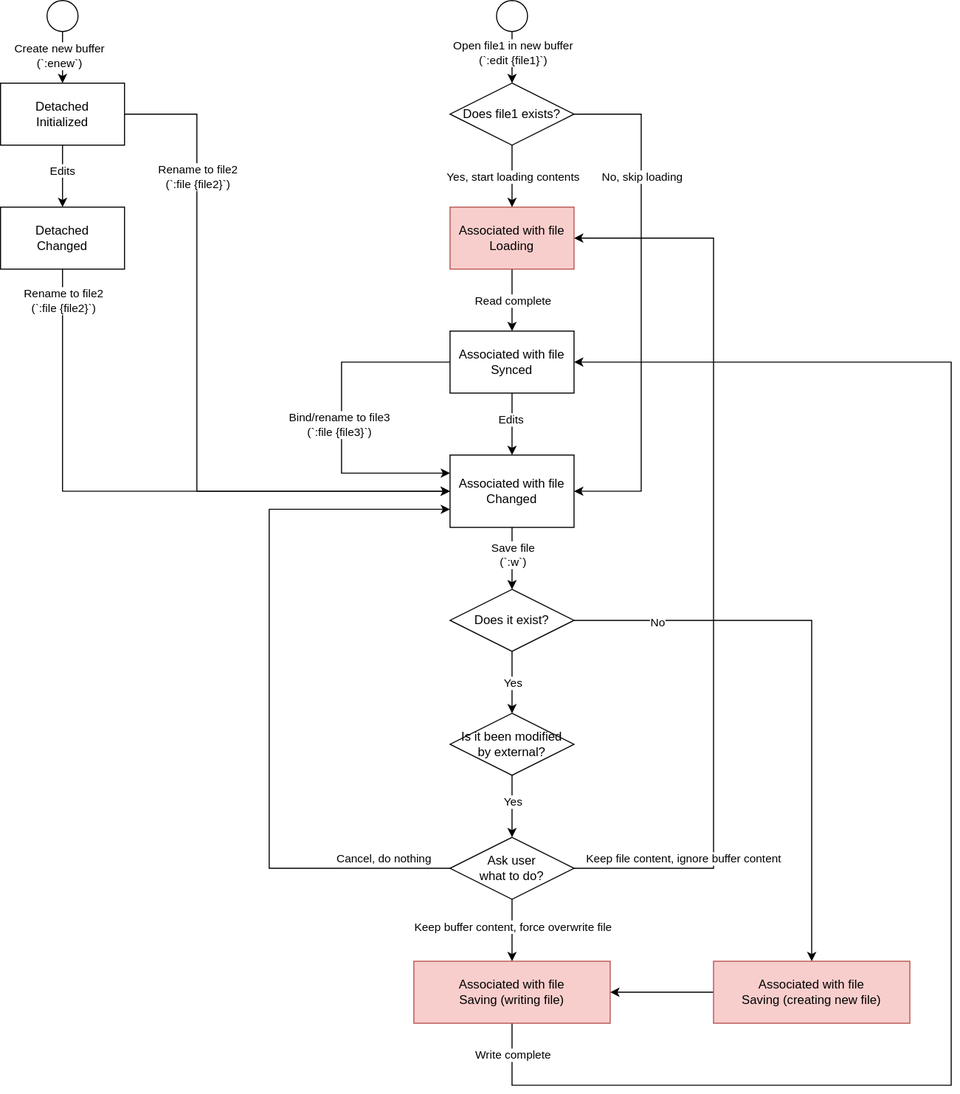
This is images/4-WindowsAndBuffers-1-FileBuffer.1.drawio.svg from rsvim/rfc, a draw.io export, as it was before one commit. Source tidied: cells renumbered, new cells last; positions are measured from the earlier drawing's top-left corner, leaving out a move shared by most shapes.
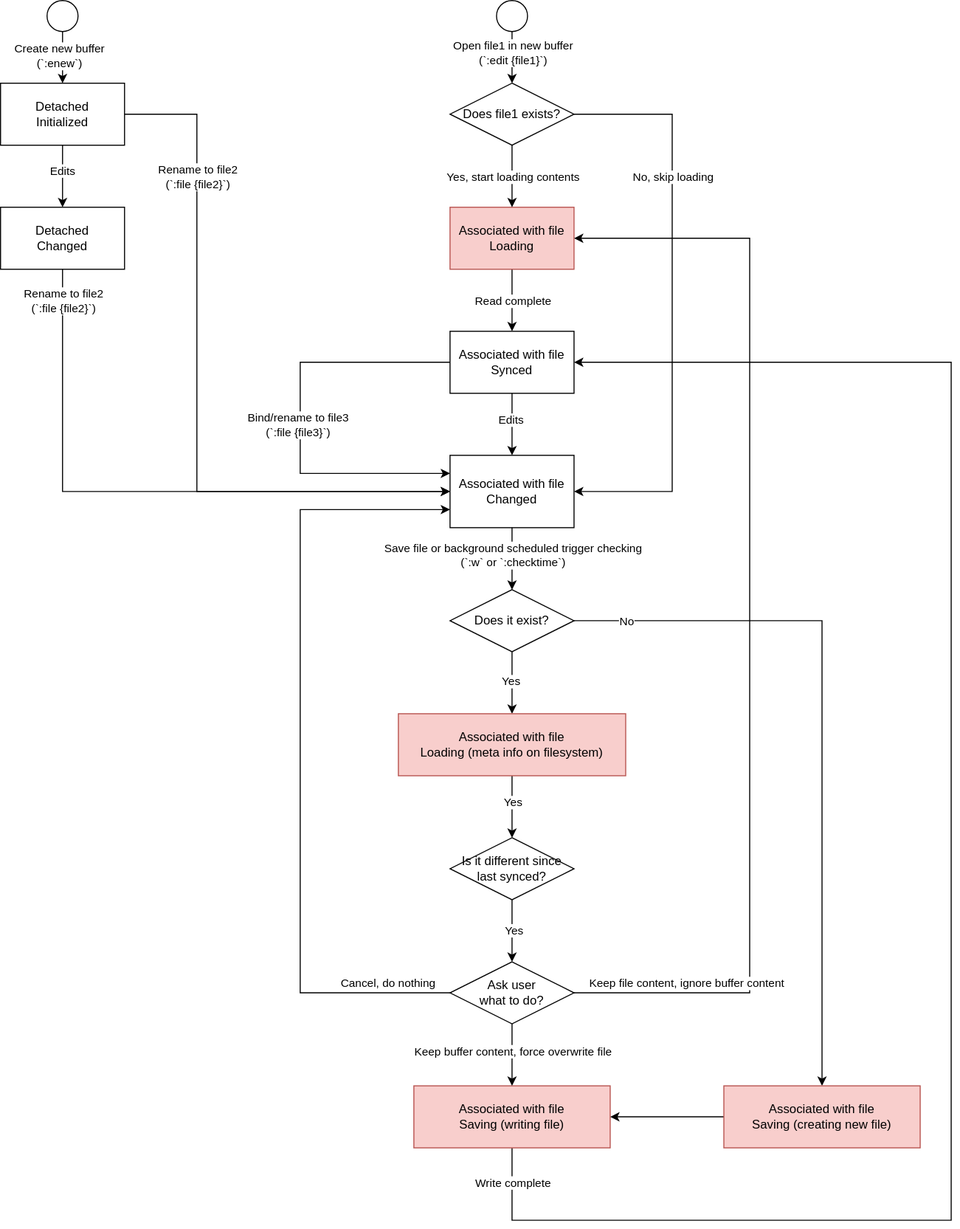
After the change.

Change to the diagram source:
```diff
@@ -44,14 +44,14 @@
     <mxCell id="12" style="edgeStyle=orthogonalEdgeStyle;rounded=0;jettySize=auto;html=1;entryX=0;entryY=0.25;entryDx=0;entryDy=0;" parent="1" edge="1" source="14" target="15">
       <mxGeometry relative="1" as="geometry">
         <Array as="points">
-          <mxPoint x="330" y="350" />
-          <mxPoint x="330" y="458" />
+          <mxPoint x="290" y="350" />
+          <mxPoint x="290" y="458" />
         </Array>
       </mxGeometry>
     </mxCell>
     <mxCell id="13" value="Bind/rename to file3&lt;br&gt;(`:file {file3}`)" style="edgeLabel;html=1;align=center;verticalAlign=middle;" parent="12" vertex="1">
       <mxGeometry x="0.16" y="-4" relative="1" as="geometry">
-        <mxPoint x="1" y="-18" as="offset" />
+        <mxPoint x="1" y="-25" as="offset" />
       </mxGeometry>
     </mxCell>
     <mxCell id="14" value="Associated with file&lt;br&gt;Synced" style="rounded=0;whiteSpace=wrap;html=1;" parent="1" vertex="1">
@@ -64,19 +64,19 @@
       <mxGeometry relative="1" as="geometry">
         <mxPoint x="555" y="350" as="targetPoint" />
         <Array as="points">
-          <mxPoint x="495" y="1050" />
-          <mxPoint x="920" y="1050" />
+          <mxPoint x="495" y="1180" />
+          <mxPoint x="920" y="1180" />
           <mxPoint x="920" y="350" />
         </Array>
       </mxGeometry>
     </mxCell>
     <mxCell id="17" value="Write complete" style="edgeLabel;html=1;align=center;verticalAlign=middle;" parent="16" vertex="1">
       <mxGeometry x="-0.02" y="1" relative="1" as="geometry">
-        <mxPoint x="-424" y="241" as="offset" />
+        <mxPoint x="-424" y="293" as="offset" />
       </mxGeometry>
     </mxCell>
     <mxCell id="18" value="Associated with file&lt;br&gt;Saving (writing file)" style="rounded=0;whiteSpace=wrap;html=1;fillColor=#f8cecc;strokeColor=#b85450;" parent="1" vertex="1">
-      <mxGeometry x="400" y="930" width="190" height="60" as="geometry" />
+      <mxGeometry x="400" y="1050" width="190" height="60" as="geometry" />
     </mxCell>
     <mxCell id="19" style="edgeStyle=orthogonalEdgeStyle;rounded=0;jettySize=auto;html=1;entryX=0;entryY=0.5;entryDx=0;entryDy=0;exitX=0.5;exitY=1;exitDx=0;exitDy=0;" parent="1" edge="1" source="9" target="15">
       <mxGeometry relative="1" as="geometry">
@@ -101,8 +101,8 @@
     <mxCell id="23" style="edgeStyle=orthogonalEdgeStyle;rounded=0;jettySize=auto;html=1;entryX=1;entryY=0.5;entryDx=0;entryDy=0;exitX=1;exitY=0.5;exitDx=0;exitDy=0;" parent="1" edge="1" source="25" target="15">
       <mxGeometry relative="1" as="geometry">
         <Array as="points">
-          <mxPoint x="620" y="110" />
-          <mxPoint x="620" y="475" />
+          <mxPoint x="650" y="110" />
+          <mxPoint x="650" y="475" />
         </Array>
       </mxGeometry>
     </mxCell>
@@ -117,12 +117,12 @@
     <mxCell id="26" style="edgeStyle=orthogonalEdgeStyle;rounded=0;jettySize=auto;html=1;entryX=0.5;entryY=0;entryDx=0;entryDy=0;" parent="1" edge="1" source="15" target="35">
       <mxGeometry relative="1" as="geometry" />
     </mxCell>
-    <mxCell id="27" value="Save file&lt;br&gt;(`:w`)" style="edgeLabel;html=1;align=center;verticalAlign=middle;" parent="26" vertex="1">
+    <mxCell id="27" value="Save file or background scheduled trigger checking&lt;br&gt;(`:w` or `:checktime`)" style="edgeLabel;html=1;align=center;verticalAlign=middle;" parent="26" vertex="1">
       <mxGeometry x="-0.12" relative="1" as="geometry">
         <mxPoint y="-1" as="offset" />
       </mxGeometry>
     </mxCell>
-    <mxCell id="28" style="edgeStyle=orthogonalEdgeStyle;rounded=0;jettySize=auto;html=1;entryX=0.5;entryY=0;entryDx=0;entryDy=0;" parent="1" edge="1" source="30" target="44">
+    <mxCell id="28" style="edgeStyle=orthogonalEdgeStyle;rounded=0;jettySize=auto;html=1;exitX=0.5;exitY=1;exitDx=0;exitDy=0;entryX=0.5;entryY=0;entryDx=0;entryDy=0;" parent="1" edge="1" source="54" target="53">
       <mxGeometry relative="1" as="geometry" />
     </mxCell>
     <mxCell id="29" value="Yes" style="edgeLabel;html=1;align=center;verticalAlign=middle;" parent="28" vertex="1">
@@ -130,17 +130,18 @@
         <mxPoint x="-2" y="-9" as="offset" />
       </mxGeometry>
     </mxCell>
-    <mxCell id="30" value="Is it been modified&lt;br&gt;by external?" style="rhombus;whiteSpace=wrap;html=1;" parent="1" vertex="1">
-      <mxGeometry x="435" y="690" width="120" height="60" as="geometry" />
-    </mxCell>
     <mxCell id="31" style="edgeStyle=orthogonalEdgeStyle;rounded=0;jettySize=auto;html=1;entryX=0.5;entryY=0;entryDx=0;entryDy=0;" parent="1" edge="1" source="35" target="37">
       <mxGeometry relative="1" as="geometry" />
     </mxCell>
     <mxCell id="32" value="No" style="edgeLabel;html=1;align=center;verticalAlign=middle;" parent="31" vertex="1">
-      <mxGeometry x="-0.72" y="-1" relative="1" as="geometry" />
+      <mxGeometry x="-0.72" y="-1" relative="1" as="geometry">
+        <mxPoint x="-48" y="-1" as="offset" />
+      </mxGeometry>
     </mxCell>
-    <mxCell id="33" style="edgeStyle=orthogonalEdgeStyle;rounded=0;jettySize=auto;html=1;entryX=0.5;entryY=0;entryDx=0;entryDy=0;" parent="1" edge="1" source="35" target="30">
-      <mxGeometry relative="1" as="geometry" />
+    <mxCell id="33" style="edgeStyle=orthogonalEdgeStyle;rounded=0;jettySize=auto;html=1;entryX=0.5;entryY=0;entryDx=0;entryDy=0;" parent="1" edge="1" source="35">
+      <mxGeometry relative="1" as="geometry">
+        <mxPoint x="495" y="690" as="targetPoint" />
+      </mxGeometry>
     </mxCell>
     <mxCell id="34" value="Yes" style="edgeLabel;html=1;align=center;verticalAlign=middle;" parent="33" vertex="1">
       <mxGeometry x="-0.01" y="2" relative="1" as="geometry">
@@ -153,13 +154,13 @@
     <mxCell id="36" style="edgeStyle=orthogonalEdgeStyle;rounded=0;jettySize=auto;html=1;entryX=1;entryY=0.5;entryDx=0;entryDy=0;exitX=0;exitY=0.5;exitDx=0;exitDy=0;" parent="1" edge="1" source="37" target="18">
       <mxGeometry relative="1" as="geometry">
         <Array as="points">
-          <mxPoint x="610" y="960" />
-          <mxPoint x="610" y="960" />
+          <mxPoint x="670" y="1080" />
+          <mxPoint x="670" y="1080" />
         </Array>
       </mxGeometry>
     </mxCell>
     <mxCell id="37" value="Associated with file&lt;br&gt;Saving (creating new file)" style="rounded=0;whiteSpace=wrap;html=1;fillColor=#f8cecc;strokeColor=#b85450;" parent="1" vertex="1">
-      <mxGeometry x="690" y="930" width="190" height="60" as="geometry" />
+      <mxGeometry x="700" y="1050" width="190" height="60" as="geometry" />
     </mxCell>
     <mxCell id="38" style="edgeStyle=orthogonalEdgeStyle;rounded=0;jettySize=auto;html=1;entryX=0.5;entryY=0;entryDx=0;entryDy=0;" parent="1" edge="1" source="44" target="18">
       <mxGeometry relative="1" as="geometry" />
@@ -170,31 +171,31 @@
     <mxCell id="40" style="edgeStyle=orthogonalEdgeStyle;rounded=0;jettySize=auto;html=1;entryX=0;entryY=0.75;entryDx=0;entryDy=0;exitX=0;exitY=0.5;exitDx=0;exitDy=0;" parent="1" edge="1" source="44" target="15">
       <mxGeometry relative="1" as="geometry">
         <Array as="points">
-          <mxPoint x="260" y="840" />
-          <mxPoint x="260" y="493" />
+          <mxPoint x="290" y="960" />
+          <mxPoint x="290" y="493" />
         </Array>
       </mxGeometry>
     </mxCell>
     <mxCell id="41" value="Cancel, do nothing" style="edgeLabel;html=1;align=center;verticalAlign=middle;" parent="40" vertex="1">
       <mxGeometry x="-0.71" y="-2" relative="1" as="geometry">
-        <mxPoint x="35" y="-8" as="offset" />
+        <mxPoint x="48" y="-8" as="offset" />
       </mxGeometry>
     </mxCell>
     <mxCell id="42" style="edgeStyle=orthogonalEdgeStyle;rounded=0;jettySize=auto;html=1;entryX=1;entryY=0.5;entryDx=0;entryDy=0;exitX=1;exitY=0.5;exitDx=0;exitDy=0;" parent="1" edge="1" source="44" target="8">
       <mxGeometry relative="1" as="geometry">
         <Array as="points">
-          <mxPoint x="690" y="840" />
-          <mxPoint x="690" y="230" />
+          <mxPoint x="725" y="960" />
+          <mxPoint x="725" y="230" />
         </Array>
       </mxGeometry>
     </mxCell>
     <mxCell id="43" value="Keep file content, ignore buffer content" style="edgeLabel;html=1;align=center;verticalAlign=middle;" parent="42" vertex="1">
       <mxGeometry x="-0.85" y="3" relative="1" as="geometry">
-        <mxPoint x="40" y="-7" as="offset" />
+        <mxPoint x="29" y="-7" as="offset" />
       </mxGeometry>
     </mxCell>
     <mxCell id="44" value="Ask user&lt;br&gt;what to do?" style="rhombus;whiteSpace=wrap;html=1;" parent="1" vertex="1">
-      <mxGeometry x="435" y="810" width="120" height="60" as="geometry" />
+      <mxGeometry x="435" y="930" width="120" height="60" as="geometry" />
     </mxCell>
     <mxCell id="45" style="edgeStyle=orthogonalEdgeStyle;rounded=0;jettySize=auto;html=1;entryX=0.5;entryY=0;entryDx=0;entryDy=0;exitX=0.5;exitY=1;exitDx=0;exitDy=0;" parent="1" edge="1" source="47" target="5">
       <mxGeometry relative="1" as="geometry" />
@@ -223,5 +224,17 @@
     <mxCell id="50" style="ellipse;whiteSpace=wrap;html=1;" parent="1" vertex="1">
       <mxGeometry x="480" width="30" height="30" as="geometry" />
     </mxCell>
+    <mxCell id="51" style="edgeStyle=orthogonalEdgeStyle;rounded=0;jettySize=auto;html=1;entryX=0.5;entryY=0;entryDx=0;entryDy=0;" parent="1" edge="1" source="53" target="44">
+      <mxGeometry relative="1" as="geometry" />
+    </mxCell>
+    <mxCell id="52" value="Yes" style="edgeLabel;html=1;align=center;verticalAlign=middle;" parent="51" vertex="1">
+      <mxGeometry x="-0.03" y="1" relative="1" as="geometry" />
+    </mxCell>
+    <mxCell id="53" value="Is it different since last synced?" style="rhombus;whiteSpace=wrap;html=1;" parent="1" vertex="1">
+      <mxGeometry x="435" y="810" width="120" height="60" as="geometry" />
+    </mxCell>
+    <mxCell id="54" value="Associated with file&lt;br&gt;Loading (meta info on filesystem)" style="rounded=0;whiteSpace=wrap;html=1;fillColor=#f8cecc;strokeColor=#b85450;" parent="1" vertex="1">
+      <mxGeometry x="385" y="690" width="220" height="60" as="geometry" />
+    </mxCell>
   </root>
 </mxGraphModel>
```
